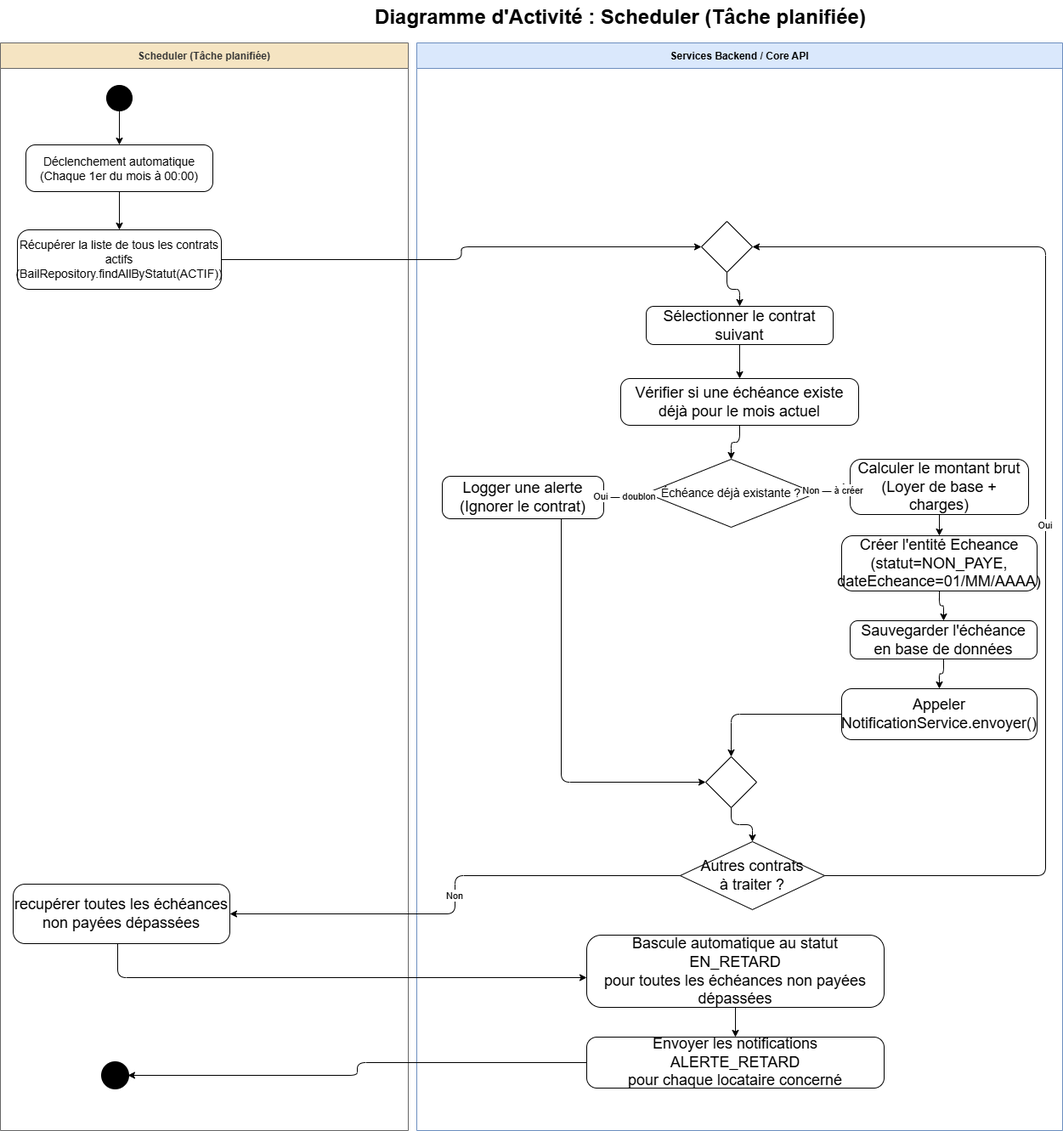
The draw.io diagram DIAGRAMME/activité/activite_scheduler.drawio.png in xavierGIT04/Soutenance, before a commit. Source tidied: cells renumbered, new cells last; positions are measured from the earlier drawing's top-left corner, leaving out a move shared by most shapes.
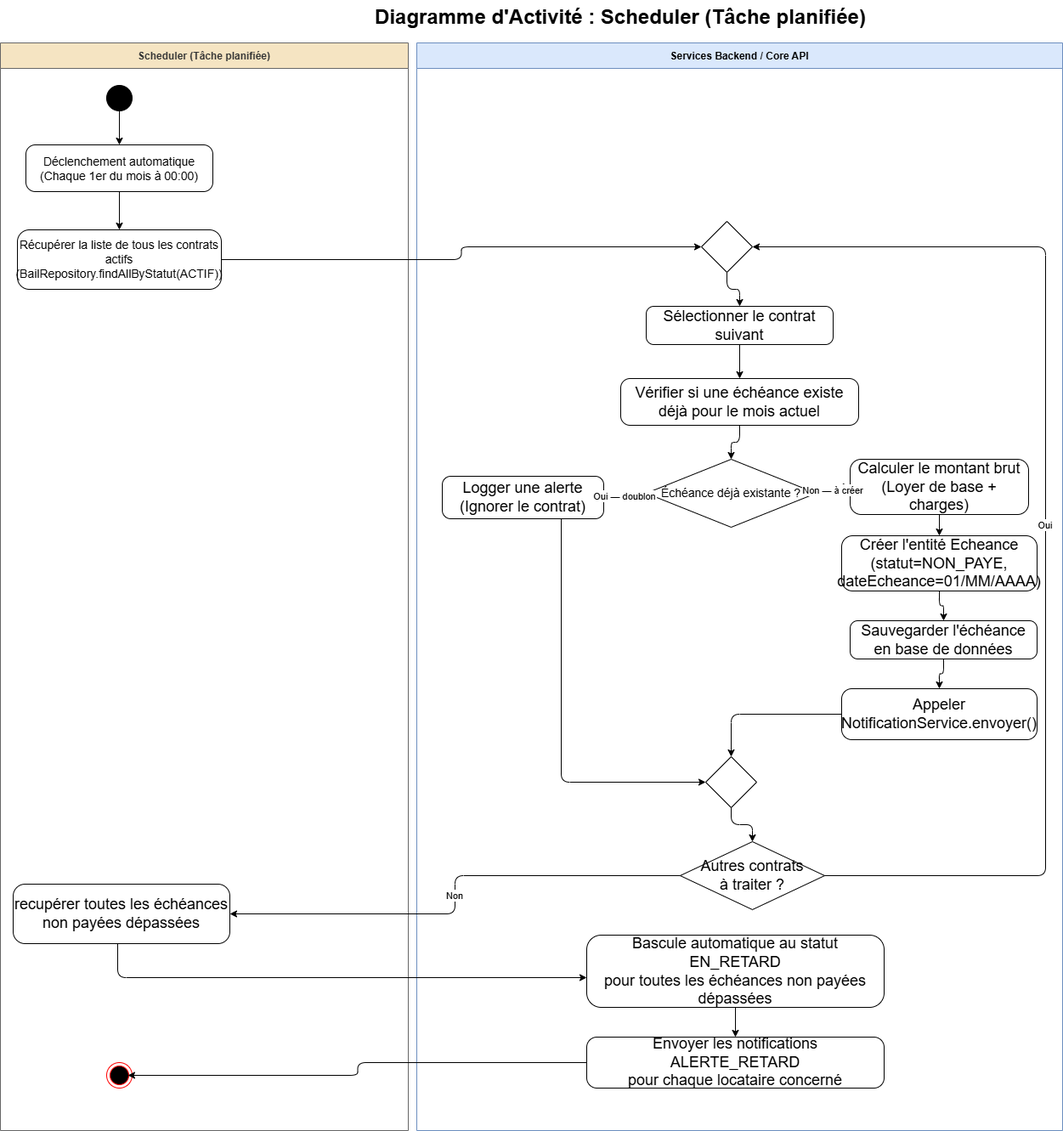
The same diagram one commit later.

What changed in the source:
```diff
@@ -20,15 +20,15 @@
     <mxCell id="7" value="&lt;font style=&quot;font-size: 18px;&quot;&gt;recupérer&amp;nbsp;toutes les échéances non payées dépassées&lt;/font&gt;" style="rounded=1;whiteSpace=wrap;html=1;arcSize=20;fillColor=#ffffff;strokeColor=#000000;" parent="3" vertex="1">
       <mxGeometry x="15" y="990" width="255" height="70" as="geometry" />
     </mxCell>
-    <mxCell id="8" style="ellipse;whiteSpace=wrap;html=1;fillColor=#000000;strokeColor=#000000;strokeWidth=3;double=1;" parent="3" vertex="1">
-      <mxGeometry x="120" y="1200" width="30" height="30" as="geometry" />
-    </mxCell>
     <mxCell id="9" style="edgeStyle=orthogonalEdgeStyle;" parent="3" edge="1" source="4" target="5">
       <mxGeometry relative="1" as="geometry" />
     </mxCell>
     <mxCell id="10" style="edgeStyle=orthogonalEdgeStyle;" parent="3" edge="1" source="5" target="6">
       <mxGeometry relative="1" as="geometry" />
     </mxCell>
+    <mxCell id="42" style="ellipse;html=1;shape=endState;fillColor=#000000;strokeColor=#ff0000;" parent="3" vertex="1">
+      <mxGeometry x="125" y="1200" width="30" height="30" as="geometry" />
+    </mxCell>
     <mxCell id="11" value="Services Backend / Core API" style="swimlane;startSize=30;fillColor=#dae8fc;strokeColor=#6c8ebf;fontColor=#000000;fontStyle=1;fontSize=12;" parent="1" vertex="1">
       <mxGeometry x="490" y="50" width="760" height="1280" as="geometry" />
     </mxCell>
@@ -132,8 +132,10 @@
         </Array>
       </mxGeometry>
     </mxCell>
-    <mxCell id="41" style="edgeStyle=orthogonalEdgeStyle;" parent="1" edge="1" source="24" target="8">
-      <mxGeometry relative="1" as="geometry" />
+    <mxCell id="41" style="edgeStyle=orthogonalEdgeStyle;" parent="1" edge="1" source="24">
+      <mxGeometry relative="1" as="geometry">
+        <mxPoint x="150" y="1265" as="targetPoint" />
+      </mxGeometry>
     </mxCell>
   </root>
 </mxGraphModel>
```
